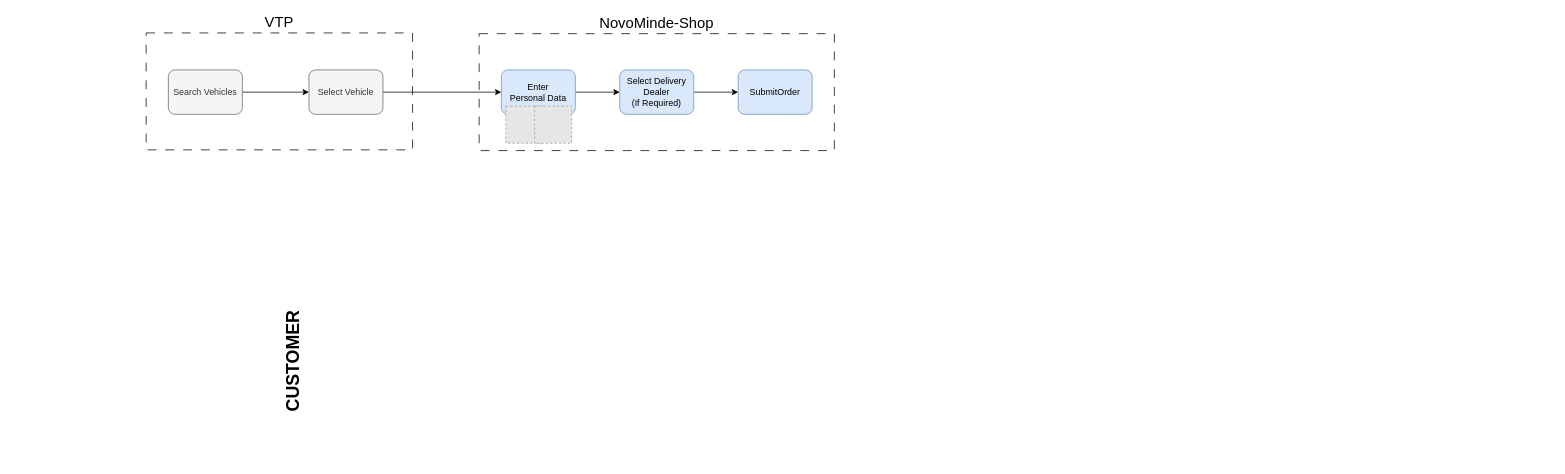
Earlier version of the draw.io diagram eShopLite.drawio (leo-odilon/draw.io). Source tidied: cells renumbered, new cells numbered last; positions are measured from the earlier drawing's top-left corner, leaving out a move shared by most shapes. Both pictures are drawn from the tidied source at 74%, with x=0, y=0 at pixel (146, 33). Pictures stored in the file or linked from it are replaced by grey dashed boxes.
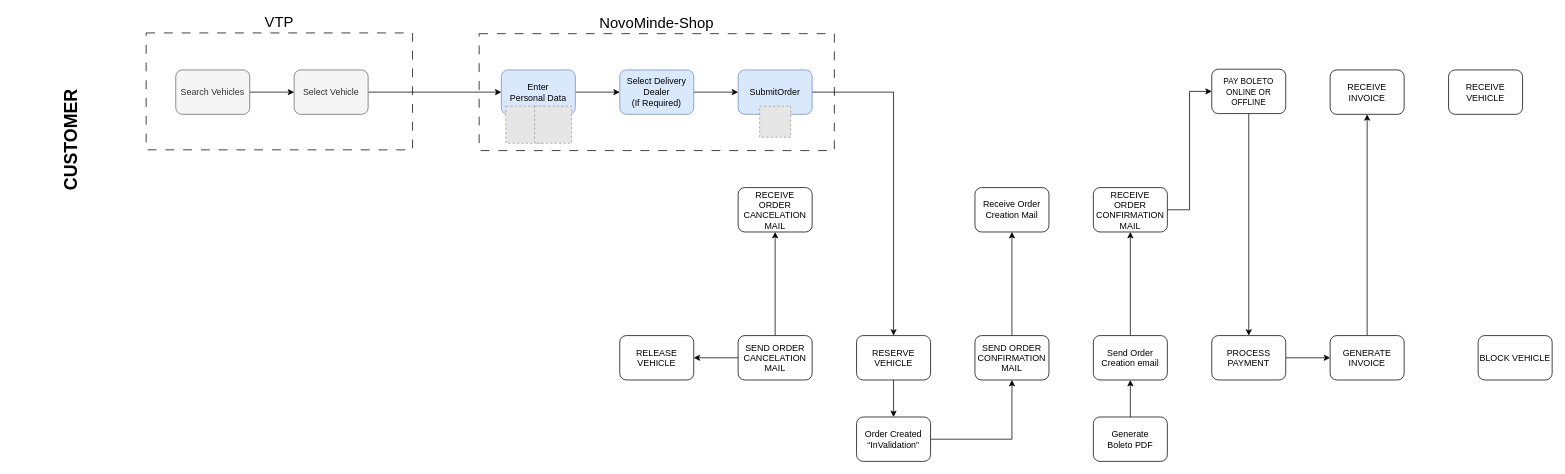
After the change.

Unchanged cells that the change refers to:
```xml
<mxCell id="9" value="SubmitOrder" style="rounded=1;whiteSpace=wrap;html=1;fillColor=#dae8fc;strokeColor=#6c8ebf;" parent="1" vertex="1">
  <mxGeometry x="800" y="50" width="100" height="60" as="geometry" />
</mxCell>
```

Change to the diagram source:
```diff
@@
+    <mxCell id="16" style="edgeStyle=orthogonalEdgeStyle;rounded=0;jettySize=auto;html=1;entryX=0.5;entryY=0;entryDx=0;entryDy=0;" parent="1" edge="1" source="9" target="31">
+      <mxGeometry relative="1" as="geometry" />
+    </mxCell>
@@
     <mxCell id="10" value="&lt;p style=&quot;margin: 0px; font-variant-numeric: normal; font-variant-east-asian: normal; font-variant-alternates: normal; font-kerning: auto; font-optical-sizing: auto; font-feature-settings: normal; font-variation-settings: normal; font-variant-position: normal; font-stretch: normal; font-size: 12px; line-height: normal; text-align: start;&quot; class=&quot;p1&quot;&gt;Select Vehicle&lt;/p&gt;" style="rounded=1;whiteSpace=wrap;html=1;fontSize=12;fillColor=#f5f5f5;fontColor=#333333;strokeColor=#666666;" parent="1" vertex="1">
-      <mxGeometry x="220" y="50" width="100" height="60" as="geometry" />
+      <mxGeometry x="200" y="50" width="100" height="60" as="geometry" />
     </mxCell>
@@
     <mxCell id="12" value="&lt;p style=&quot;margin: 0px; font-variant-numeric: normal; font-variant-east-asian: normal; font-variant-alternates: normal; font-kerning: auto; font-optical-sizing: auto; font-feature-settings: normal; font-variation-settings: normal; font-variant-position: normal; font-stretch: normal; font-size: 12px; line-height: normal; text-align: start;&quot; class=&quot;p1&quot;&gt;Search Vehicles&lt;/p&gt;" style="rounded=1;whiteSpace=wrap;html=1;fontSize=12;fillColor=#f5f5f5;fontColor=#333333;strokeColor=#666666;" parent="1" vertex="1">
-      <mxGeometry x="30" y="50" width="100" height="60" as="geometry" />
+      <mxGeometry x="40" y="50" width="100" height="60" as="geometry" />
     </mxCell>
@@
     <mxCell id="15" value="&lt;p style=&quot;margin: 0px; font-variant-numeric: normal; font-variant-east-asian: normal; font-variant-alternates: normal; font-kerning: auto; font-optical-sizing: auto; font-feature-settings: normal; font-variation-settings: normal; font-variant-position: normal; font-stretch: normal; line-height: normal; text-align: start;&quot; class=&quot;p1&quot;&gt;&lt;font style=&quot;font-size: 24px;&quot;&gt;&lt;b&gt;CUSTOMER&lt;/b&gt;&lt;/font&gt;&lt;/p&gt;" style="text;html=1;align=center;verticalAlign=middle;whiteSpace=wrap;rounded=0;textDirection=vertical-lr;rotation=-180;" parent="1" vertex="1">
-      <mxGeometry x="120" y="409" width="160" height="70" as="geometry" />
+      <mxGeometry x="-180" y="110" width="160" height="70" as="geometry" />
     </mxCell>
+    <mxCell id="17" style="edgeStyle=orthogonalEdgeStyle;rounded=0;jettySize=auto;html=1;entryX=0.5;entryY=0;entryDx=0;entryDy=0;" parent="1" edge="1" source="18" target="37">
+      <mxGeometry relative="1" as="geometry" />
+    </mxCell>
+    <mxCell id="18" value="&lt;p style=&quot;margin: 0px; font-variant-numeric: normal; font-variant-east-asian: normal; font-variant-alternates: normal; font-kerning: auto; font-optical-sizing: auto; font-feature-settings: normal; font-variation-settings: normal; font-variant-position: normal; font-stretch: normal; line-height: normal;&quot; class=&quot;p1&quot;&gt;&lt;font style=&quot;font-size: 11px;&quot;&gt;PAY BOLETO ONLINE OR OFFLINE&lt;/font&gt;&lt;/p&gt;" style="rounded=1;whiteSpace=wrap;html=1;align=center;" parent="1" vertex="1">
+      <mxGeometry x="1440" y="49" width="100" height="60" as="geometry" />
+    </mxCell>
+    <mxCell id="19" value="&lt;p style=&quot;margin: 0px; font-variant-numeric: normal; font-variant-east-asian: normal; font-variant-alternates: normal; font-kerning: auto; font-optical-sizing: auto; font-feature-settings: normal; font-variation-settings: normal; font-variant-position: normal; font-stretch: normal; line-height: normal;&quot; class=&quot;p1&quot;&gt;&lt;font style=&quot;font-size: 12px;&quot;&gt;RECEIVE INVOICE&lt;/font&gt;&lt;/p&gt;" style="rounded=1;whiteSpace=wrap;html=1;align=center;strokeColor=default;verticalAlign=middle;fontFamily=Helvetica;fontSize=12;fontColor=default;fillColor=default;" parent="1" vertex="1">
+      <mxGeometry x="1600" y="50" width="100" height="60" as="geometry" />
+    </mxCell>
+    <mxCell id="20" value="&lt;p style=&quot;margin: 0px; font-variant-numeric: normal; font-variant-east-asian: normal; font-variant-alternates: normal; font-kerning: auto; font-optical-sizing: auto; font-feature-settings: normal; font-variation-settings: normal; font-variant-position: normal; font-stretch: normal; line-height: normal;&quot; class=&quot;p1&quot;&gt;&lt;font style=&quot;font-size: 12px;&quot;&gt;RECEIVE VEHICLE&lt;/font&gt;&lt;/p&gt;" style="rounded=1;whiteSpace=wrap;html=1;align=center;" parent="1" vertex="1">
+      <mxGeometry x="1760" y="50" width="100" height="60" as="geometry" />
+    </mxCell>
+    <mxCell id="21" value="&lt;p style=&quot;margin: 0px; font-variant-numeric: normal; font-variant-east-asian: normal; font-variant-alternates: normal; font-kerning: auto; font-optical-sizing: auto; font-feature-settings: normal; font-variation-settings: normal; font-variant-position: normal; font-stretch: normal; line-height: normal;&quot; class=&quot;p1&quot;&gt;&lt;font style=&quot;font-size: 12px;&quot;&gt;RECEIVE ORDER CANCELATION MAIL&lt;/font&gt;&lt;/p&gt;" style="rounded=1;whiteSpace=wrap;html=1;align=center;" parent="1" vertex="1">
+      <mxGeometry x="800" y="209" width="100" height="60" as="geometry" />
+    </mxCell>
+    <mxCell id="22" value="Receive Order Creation Mail" style="rounded=1;align=center;whiteSpace=wrap;html=1;" parent="1" vertex="1">
+      <mxGeometry x="1120" y="209" width="100" height="60" as="geometry" />
+    </mxCell>
+    <mxCell id="23" style="edgeStyle=orthogonalEdgeStyle;rounded=0;jettySize=auto;html=1;entryX=0;entryY=0.5;entryDx=0;entryDy=0;" parent="1" edge="1" source="24" target="18">
+      <mxGeometry relative="1" as="geometry" />
+    </mxCell>
+    <mxCell id="24" value="&lt;p style=&quot;margin: 0px; font-variant-numeric: normal; font-variant-east-asian: normal; font-variant-alternates: normal; font-kerning: auto; font-optical-sizing: auto; font-feature-settings: normal; font-variation-settings: normal; font-variant-position: normal; font-stretch: normal; line-height: normal;&quot; class=&quot;p1&quot;&gt;&lt;font style=&quot;font-size: 12px;&quot;&gt;RECEIVE ORDER CONFIRMATION MAIL&lt;/font&gt;&lt;/p&gt;" style="rounded=1;align=center;whiteSpace=wrap;html=1;" parent="1" vertex="1">
+      <mxGeometry x="1280" y="209" width="100" height="60" as="geometry" />
+    </mxCell>
+    <mxCell id="25" style="fillColor=#E6E6E6;strokeColor=#999999;dashed=1;verticalLabelPosition=bottom;labelBackgroundColor=default;verticalAlign=top;" parent="1" vertex="1">
+      <mxGeometry x="829" y="99" width="42" height="42" as="geometry" />
+    </mxCell>
+    <mxCell id="26" value="&lt;p style=&quot;margin: 0px; font-variant-numeric: normal; font-variant-east-asian: normal; font-variant-alternates: normal; font-kerning: auto; font-optical-sizing: auto; font-feature-settings: normal; font-variation-settings: normal; font-variant-position: normal; font-stretch: normal; line-height: normal;&quot; class=&quot;p1&quot;&gt;&lt;font style=&quot;font-size: 12px;&quot;&gt;RELEASE VEHICLE&lt;/font&gt;&lt;/p&gt;" style="rounded=1;whiteSpace=wrap;html=1;align=center;" parent="1" vertex="1">
+      <mxGeometry x="640" y="409" width="100" height="60" as="geometry" />
+    </mxCell>
+    <mxCell id="27" style="edgeStyle=orthogonalEdgeStyle;rounded=0;jettySize=auto;html=1;entryX=0.5;entryY=1;entryDx=0;entryDy=0;" parent="1" edge="1" source="29" target="21">
+      <mxGeometry relative="1" as="geometry" />
+    </mxCell>
+    <mxCell id="28" style="edgeStyle=orthogonalEdgeStyle;rounded=0;jettySize=auto;html=1;entryX=1;entryY=0.5;entryDx=0;entryDy=0;" parent="1" edge="1" source="29" target="26">
+      <mxGeometry relative="1" as="geometry" />
+    </mxCell>
+    <mxCell id="29" value="&lt;p style=&quot;margin: 0px; font-variant-numeric: normal; font-variant-east-asian: normal; font-variant-alternates: normal; font-kerning: auto; font-optical-sizing: auto; font-feature-settings: normal; font-variation-settings: normal; font-variant-position: normal; font-stretch: normal; line-height: normal;&quot; class=&quot;p1&quot;&gt;&lt;font style=&quot;font-size: 12px;&quot;&gt;SEND ORDER CANCELATION MAIL&lt;/font&gt;&lt;/p&gt;" style="rounded=1;whiteSpace=wrap;html=1;align=center;" parent="1" vertex="1">
+      <mxGeometry x="800" y="409" width="100" height="60" as="geometry" />
+    </mxCell>
+    <mxCell id="30" style="edgeStyle=orthogonalEdgeStyle;rounded=0;jettySize=auto;html=1;entryX=0.5;entryY=0;entryDx=0;entryDy=0;" parent="1" edge="1" source="31" target="42">
+      <mxGeometry relative="1" as="geometry" />
+    </mxCell>
+    <mxCell id="31" value="&lt;p style=&quot;margin: 0px; font-variant-numeric: normal; font-variant-east-asian: normal; font-variant-alternates: normal; font-kerning: auto; font-optical-sizing: auto; font-feature-settings: normal; font-variation-settings: normal; font-variant-position: normal; font-stretch: normal; line-height: normal;&quot; class=&quot;p1&quot;&gt;&lt;font style=&quot;font-size: 12px;&quot;&gt;RESERVE VEHICLE&lt;/font&gt;&lt;/p&gt;" style="rounded=1;whiteSpace=wrap;html=1;align=center;" parent="1" vertex="1">
+      <mxGeometry x="960" y="409" width="100" height="60" as="geometry" />
+    </mxCell>
+    <mxCell id="32" style="edgeStyle=orthogonalEdgeStyle;rounded=0;jettySize=auto;html=1;" parent="1" edge="1" source="33" target="24">
+      <mxGeometry relative="1" as="geometry" />
+    </mxCell>
+    <mxCell id="33" value="&lt;p style=&quot;margin: 0px; font-variant-numeric: normal; font-variant-east-asian: normal; font-variant-alternates: normal; font-kerning: auto; font-optical-sizing: auto; font-feature-settings: normal; font-variation-settings: normal; font-variant-position: normal; font-stretch: normal; line-height: normal;&quot; class=&quot;p1&quot;&gt;&lt;font style=&quot;font-size: 12px;&quot;&gt;Send Order Creation email&lt;/font&gt;&lt;/p&gt;" style="rounded=1;whiteSpace=wrap;html=1;align=center;" parent="1" vertex="1">
+      <mxGeometry x="1280" y="409" width="100" height="60" as="geometry" />
+    </mxCell>
+    <mxCell id="34" style="edgeStyle=orthogonalEdgeStyle;rounded=0;jettySize=auto;html=1;entryX=0.5;entryY=1;entryDx=0;entryDy=0;" parent="1" edge="1" source="35" target="22">
+      <mxGeometry relative="1" as="geometry" />
+    </mxCell>
+    <mxCell id="35" value="&lt;p style=&quot;margin: 0px; font-variant-numeric: normal; font-variant-east-asian: normal; font-variant-alternates: normal; font-kerning: auto; font-optical-sizing: auto; font-feature-settings: normal; font-variation-settings: normal; font-variant-position: normal; font-stretch: normal; line-height: normal;&quot; class=&quot;p1&quot;&gt;&lt;font style=&quot;font-size: 12px;&quot;&gt;SEND ORDER CONFIRMATION MAIL&lt;/font&gt;&lt;/p&gt;" style="rounded=1;whiteSpace=wrap;html=1;align=center;" parent="1" vertex="1">
+      <mxGeometry x="1120" y="409" width="100" height="60" as="geometry" />
+    </mxCell>
+    <mxCell id="36" style="edgeStyle=orthogonalEdgeStyle;rounded=0;jettySize=auto;html=1;entryX=0;entryY=0.5;entryDx=0;entryDy=0;" parent="1" edge="1" source="37" target="39">
+      <mxGeometry relative="1" as="geometry" />
+    </mxCell>
+    <mxCell id="37" value="&lt;p style=&quot;margin: 0px; font-variant-numeric: normal; font-variant-east-asian: normal; font-variant-alternates: normal; font-kerning: auto; font-optical-sizing: auto; font-feature-settings: normal; font-variation-settings: normal; font-variant-position: normal; font-stretch: normal; line-height: normal;&quot; class=&quot;p1&quot;&gt;&lt;font style=&quot;font-size: 12px;&quot;&gt;PROCESS PAYMENT&lt;/font&gt;&lt;/p&gt;" style="rounded=1;whiteSpace=wrap;html=1;align=center;" parent="1" vertex="1">
+      <mxGeometry x="1440" y="409" width="100" height="60" as="geometry" />
+    </mxCell>
+    <mxCell id="38" style="edgeStyle=orthogonalEdgeStyle;rounded=0;jettySize=auto;html=1;entryX=0.5;entryY=1;entryDx=0;entryDy=0;" parent="1" edge="1" source="39" target="19">
+      <mxGeometry relative="1" as="geometry" />
+    </mxCell>
+    <mxCell id="39" value="&lt;p style=&quot;margin: 0px; font-variant-numeric: normal; font-variant-east-asian: normal; font-variant-alternates: normal; font-kerning: auto; font-optical-sizing: auto; font-feature-settings: normal; font-variation-settings: normal; font-variant-position: normal; font-stretch: normal; line-height: normal;&quot; class=&quot;p1&quot;&gt;&lt;font style=&quot;font-size: 12px;&quot;&gt;GENERATE INVOICE&lt;/font&gt;&lt;/p&gt;" style="rounded=1;whiteSpace=wrap;html=1;align=center;" parent="1" vertex="1">
+      <mxGeometry x="1600" y="409" width="100" height="60" as="geometry" />
+    </mxCell>
+    <mxCell id="40" value="&lt;p style=&quot;margin: 0px; font-variant-numeric: normal; font-variant-east-asian: normal; font-variant-alternates: normal; font-kerning: auto; font-optical-sizing: auto; font-feature-settings: normal; font-variation-settings: normal; font-variant-position: normal; font-stretch: normal; line-height: normal;&quot; class=&quot;p1&quot;&gt;&lt;font style=&quot;font-size: 12px;&quot;&gt;BLOCK VEHICLE&lt;/font&gt;&lt;/p&gt;" style="rounded=1;whiteSpace=wrap;html=1;align=center;" parent="1" vertex="1">
+      <mxGeometry x="1800" y="409" width="100" height="60" as="geometry" />
+    </mxCell>
+    <mxCell id="41" style="edgeStyle=orthogonalEdgeStyle;rounded=0;jettySize=auto;html=1;entryX=0.5;entryY=1;entryDx=0;entryDy=0;" parent="1" edge="1" source="42" target="35">
+      <mxGeometry relative="1" as="geometry" />
+    </mxCell>
+    <mxCell id="42" value="&lt;p style=&quot;margin: 0px; font-variant-numeric: normal; font-variant-east-asian: normal; font-variant-alternates: normal; font-kerning: auto; font-optical-sizing: auto; font-feature-settings: normal; font-variation-settings: normal; font-variant-position: normal; font-stretch: normal; line-height: normal;&quot; class=&quot;p1&quot;&gt;&lt;font style=&quot;font-size: 12px;&quot;&gt;Order Created “InValidation”&lt;/font&gt;&lt;/p&gt;" style="rounded=1;whiteSpace=wrap;html=1;align=center;" parent="1" vertex="1">
+      <mxGeometry x="960" y="519" width="100" height="60" as="geometry" />
+    </mxCell>
+    <mxCell id="43" style="edgeStyle=orthogonalEdgeStyle;rounded=0;jettySize=auto;html=1;entryX=0.5;entryY=1;entryDx=0;entryDy=0;" parent="1" edge="1" source="44" target="33">
+      <mxGeometry relative="1" as="geometry" />
+    </mxCell>
+    <mxCell id="44" value="&lt;p style=&quot;margin: 0px; font-variant-numeric: normal; font-variant-east-asian: normal; font-variant-alternates: normal; font-kerning: auto; font-optical-sizing: auto; font-feature-settings: normal; font-variation-settings: normal; font-variant-position: normal; font-stretch: normal; line-height: normal;&quot; class=&quot;p1&quot;&gt;&lt;font style=&quot;font-size: 12px;&quot;&gt;Generate&lt;br&gt;Boleto PDF&lt;/font&gt;&lt;/p&gt;" style="rounded=1;whiteSpace=wrap;html=1;align=center;" parent="1" vertex="1">
+      <mxGeometry x="1280" y="519" width="100" height="60" as="geometry" />
+    </mxCell>
```
